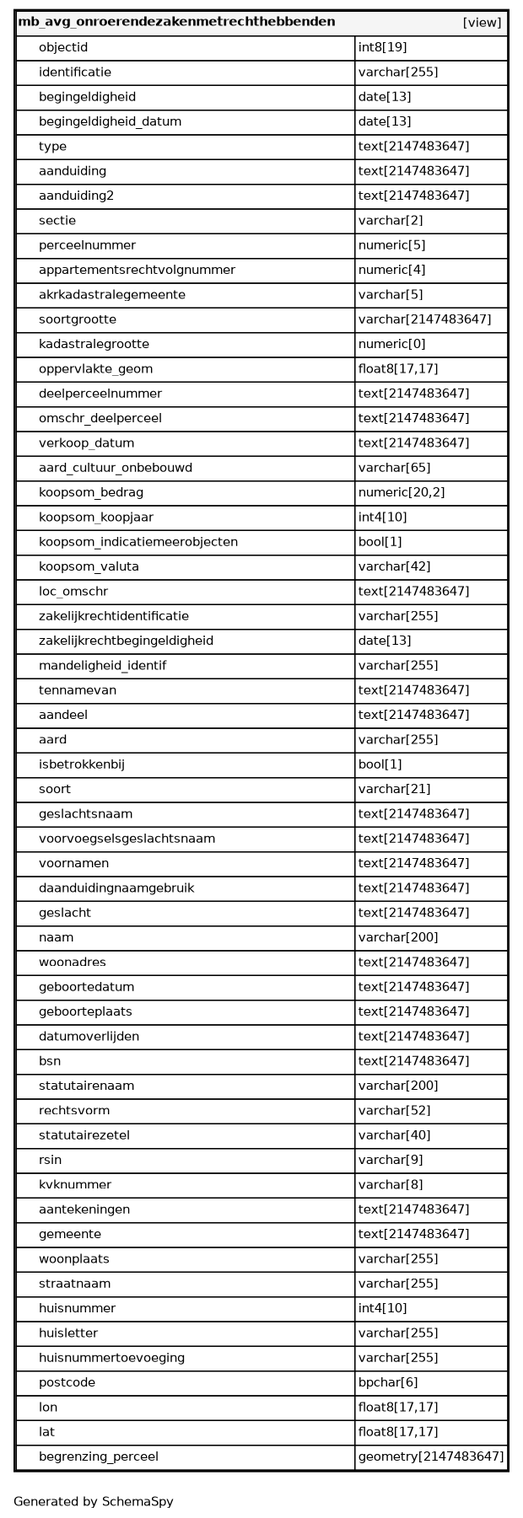
Earlier version of the Graphviz export datamodel/schemaspy/public/diagrams/tables/mb_avg_onroerendezakenmetrechthebbenden.1degree.png (B3Partners/brmo). Its source is kept beside it as datamodel/schemaspy/public/diagrams/tables/mb_avg_onroerendezakenmetrechthebbenden.1degree.dot.
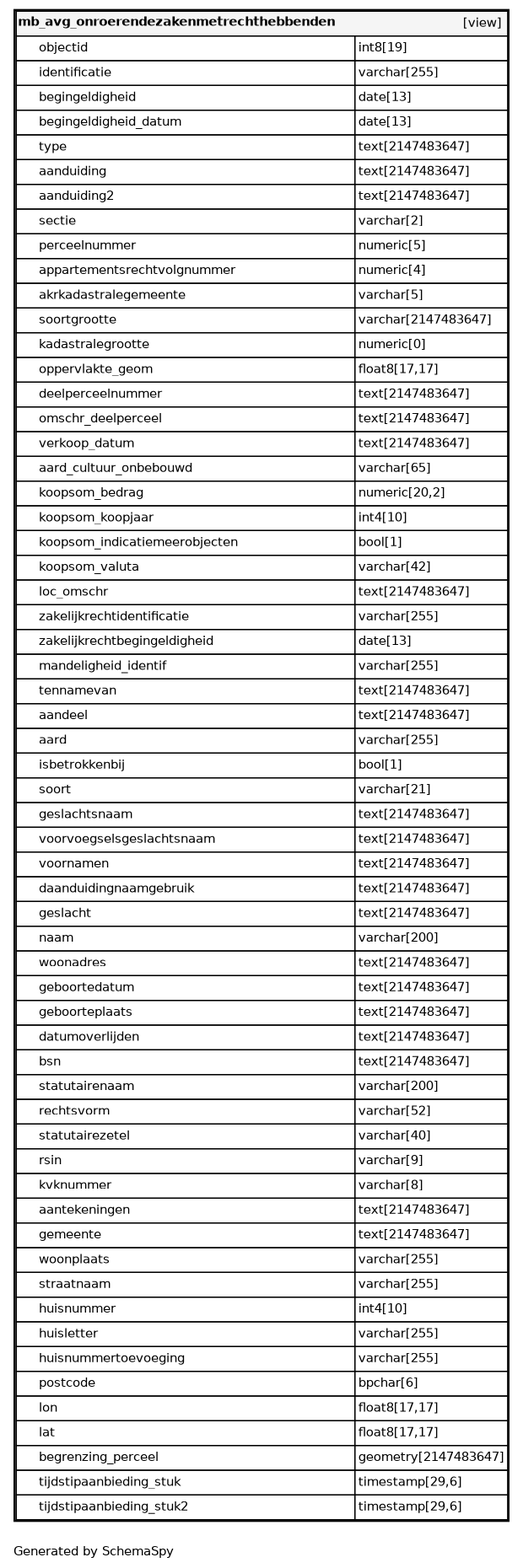
Later version of the same file.

What changed in the source:
```diff
@@ -62,6 +62,8 @@
       <TR><TD PORT="lon" COLSPAN="2" ALIGN="LEFT"><TABLE BORDER="0" CELLSPACING="0" ALIGN="LEFT"><TR ALIGN="LEFT"><TD ALIGN="LEFT" FIXEDSIZE="TRUE" WIDTH="15" HEIGHT="16"></TD><TD ALIGN="LEFT" FIXEDSIZE="TRUE" WIDTH="280" HEIGHT="16">lon</TD></TR></TABLE></TD><TD PORT="lon.type" ALIGN="LEFT">float8[17,17]</TD></TR>
       <TR><TD PORT="lat" COLSPAN="2" ALIGN="LEFT"><TABLE BORDER="0" CELLSPACING="0" ALIGN="LEFT"><TR ALIGN="LEFT"><TD ALIGN="LEFT" FIXEDSIZE="TRUE" WIDTH="15" HEIGHT="16"></TD><TD ALIGN="LEFT" FIXEDSIZE="TRUE" WIDTH="280" HEIGHT="16">lat</TD></TR></TABLE></TD><TD PORT="lat.type" ALIGN="LEFT">float8[17,17]</TD></TR>
       <TR><TD PORT="begrenzing_perceel" COLSPAN="2" ALIGN="LEFT"><TABLE BORDER="0" CELLSPACING="0" ALIGN="LEFT"><TR ALIGN="LEFT"><TD ALIGN="LEFT" FIXEDSIZE="TRUE" WIDTH="15" HEIGHT="16"></TD><TD ALIGN="LEFT" FIXEDSIZE="TRUE" WIDTH="280" HEIGHT="16">begrenzing_perceel</TD></TR></TABLE></TD><TD PORT="begrenzing_perceel.type" ALIGN="LEFT">geometry[2147483647]</TD></TR>
+      <TR><TD PORT="tijdstipaanbieding_stuk" COLSPAN="2" ALIGN="LEFT"><TABLE BORDER="0" CELLSPACING="0" ALIGN="LEFT"><TR ALIGN="LEFT"><TD ALIGN="LEFT" FIXEDSIZE="TRUE" WIDTH="15" HEIGHT="16"></TD><TD ALIGN="LEFT" FIXEDSIZE="TRUE" WIDTH="280" HEIGHT="16">tijdstipaanbieding_stuk</TD></TR></TABLE></TD><TD PORT="tijdstipaanbieding_stuk.type" ALIGN="LEFT">timestamp[29,6]</TD></TR>
+      <TR><TD PORT="tijdstipaanbieding_stuk2" COLSPAN="2" ALIGN="LEFT"><TABLE BORDER="0" CELLSPACING="0" ALIGN="LEFT"><TR ALIGN="LEFT"><TD ALIGN="LEFT" FIXEDSIZE="TRUE" WIDTH="15" HEIGHT="16"></TD><TD ALIGN="LEFT" FIXEDSIZE="TRUE" WIDTH="280" HEIGHT="16">tijdstipaanbieding_stuk2</TD></TR></TABLE></TD><TD PORT="tijdstipaanbieding_stuk2.type" ALIGN="LEFT">timestamp[29,6]</TD></TR>
     </TABLE>>
     URL="mb_avg_onroerendezakenmetrechthebbenden.html"
     target="_top"
```
